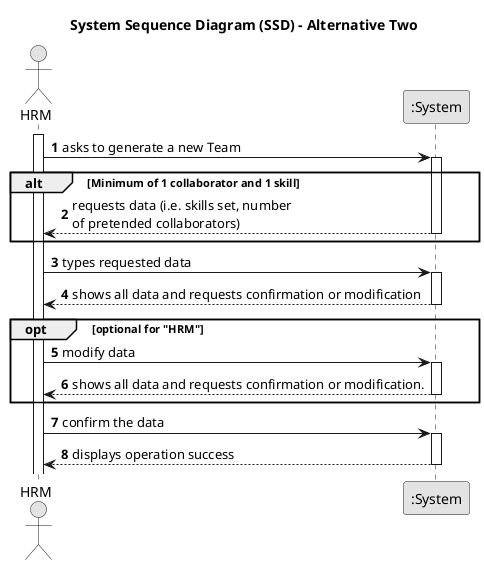
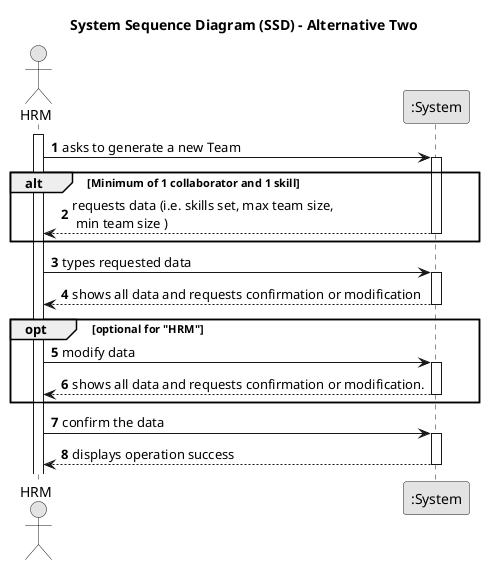
@startuml
skinparam monochrome true
skinparam packageStyle rectangle
skinparam shadowing false

title System Sequence Diagram (SSD) - Alternative Two

autonumber

actor "HRM" as Manager
participant ":System" as System

activate Manager

    Manager -> System : asks to generate a new Team
    activate System

    alt Minimum of 1 collaborator and 1 skill
-         System --> Manager : requests data (i.e. skills set, number\nof pretended collaborators)
+         System --> Manager : requests data (i.e. skills set, max team size,\n min team size )
    deactivate System
    end

    Manager -> System : types requested data
    activate System

        System --> Manager : shows all data and requests confirmation or modification
    deactivate System

    opt optional for "HRM"
    Manager -> System : modify data
    activate System

    System --> Manager : shows all data and requests confirmation or modification.
    deactivate System
    end

    Manager -> System : confirm the data
    activate System

        System --> Manager : displays operation success
    deactivate System
@enduml